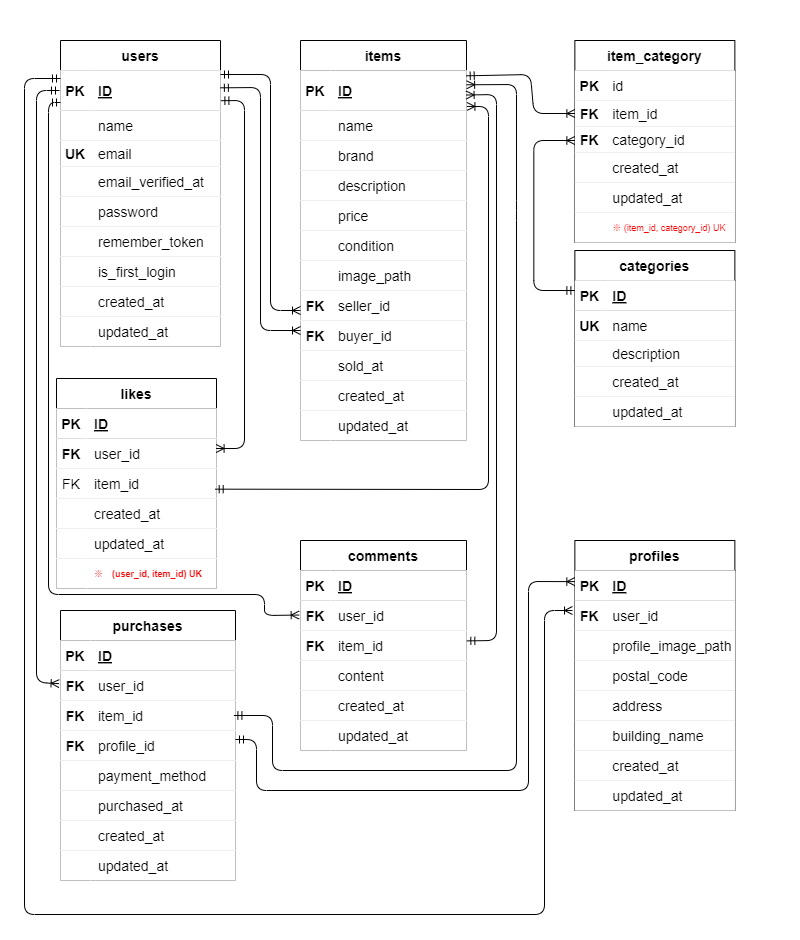
Above: fleamarket.drawio.png in ponponmama/coachtech-flea-market (draw.io), before the change. Source tidied: cells renumbered, new cells last; positions are measured from the earlier drawing's top-left corner, leaving out a move shared by most shapes.
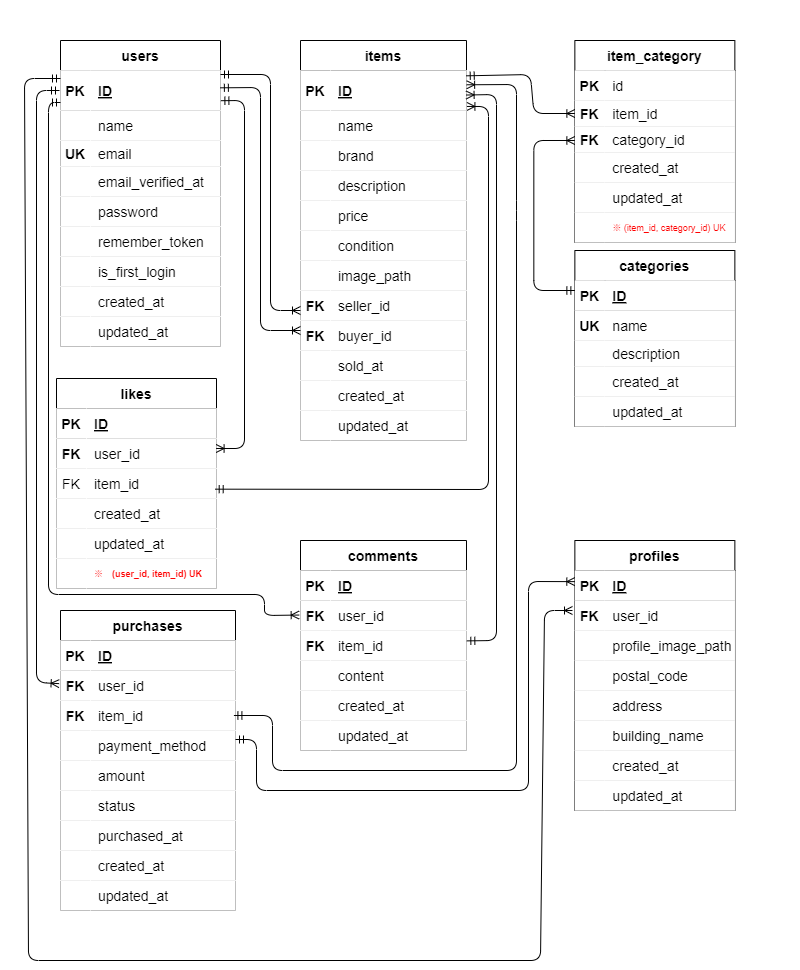
After the change.

Diff of the diagram source:
```diff
@@ -381,7 +381,7 @@
       <mxGeometry x="30" width="130" height="30" as="geometry" />
     </mxCell>
     <mxCell id="128" value="purchases" style="shape=table;startSize=30;rowLines=0;fontStyle=1;align=center;fontSize=14;fillColor=default;strokeColor=#000000;labelBorderColor=none;swimlaneFillColor=#000000;" parent="2" vertex="1">
-      <mxGeometry x="60" y="610" width="175" height="270" as="geometry" />
+      <mxGeometry x="60" y="610" width="175" height="300" as="geometry" />
     </mxCell>
     <mxCell id="129" style="shape=tableRow;horizontal=0;startSize=0;swimlaneHead=0;swimlaneBody=0;fillColor=default;top=0;left=0;right=0;bottom=1;fontSize=14;strokeColor=#000000;labelBorderColor=none;swimlaneFillColor=#000000;" parent="128" vertex="1">
       <mxGeometry y="30" width="175" height="30" as="geometry" />
@@ -410,17 +410,8 @@
     <mxCell id="137" value="item_id" style="shape=partialRectangle;fillColor=default;top=0;left=0;bottom=0;right=0;align=left;spacingLeft=6;overflow=hidden;fontSize=14;strokeColor=#000000;labelBorderColor=none;swimlaneFillColor=#000000;" parent="135" vertex="1">
       <mxGeometry x="30" width="145" height="30" as="geometry" />
     </mxCell>
-    <mxCell id="138" style="shape=tableRow;horizontal=0;startSize=0;swimlaneHead=0;swimlaneBody=0;fillColor=default;top=0;left=0;right=0;bottom=0;fontSize=14;strokeColor=#000000;labelBorderColor=none;swimlaneFillColor=#000000;" parent="128" vertex="1">
-      <mxGeometry y="120" width="175" height="30" as="geometry" />
-    </mxCell>
-    <mxCell id="139" value="FK" style="shape=partialRectangle;fillColor=default;top=0;left=0;bottom=0;right=0;overflow=hidden;fontSize=14;strokeColor=#000000;labelBorderColor=none;swimlaneFillColor=#000000;fontStyle=1;" parent="138" vertex="1">
-      <mxGeometry width="30" height="30" as="geometry" />
-    </mxCell>
-    <mxCell id="140" value="profile_id" style="shape=partialRectangle;fillColor=default;top=0;left=0;bottom=0;right=0;align=left;spacingLeft=6;overflow=hidden;fontSize=14;strokeColor=#000000;labelBorderColor=none;swimlaneFillColor=#000000;" parent="138" vertex="1">
-      <mxGeometry x="30" width="145" height="30" as="geometry" />
-    </mxCell>
     <mxCell id="141" style="shape=tableRow;horizontal=0;startSize=0;swimlaneHead=0;swimlaneBody=0;fillColor=default;top=0;left=0;right=0;bottom=0;fontSize=14;strokeColor=#000000;labelBorderColor=none;swimlaneFillColor=#000000;" parent="128" vertex="1">
-      <mxGeometry y="150" width="175" height="30" as="geometry" />
+      <mxGeometry y="120" width="175" height="30" as="geometry" />
     </mxCell>
     <mxCell id="142" style="shape=partialRectangle;fillColor=default;top=0;left=0;bottom=0;right=0;overflow=hidden;fontSize=14;strokeColor=#000000;labelBorderColor=none;swimlaneFillColor=#000000;" parent="141" vertex="1">
       <mxGeometry width="30" height="30" as="geometry" />
@@ -428,8 +419,26 @@
     <mxCell id="143" value="payment_method" style="shape=partialRectangle;fillColor=default;top=0;left=0;bottom=0;right=0;align=left;spacingLeft=6;overflow=hidden;fontSize=14;strokeColor=#000000;labelBorderColor=none;swimlaneFillColor=#000000;" parent="141" vertex="1">
       <mxGeometry x="30" width="145" height="30" as="geometry" />
     </mxCell>
+    <mxCell id="205" style="shape=tableRow;horizontal=0;startSize=0;swimlaneHead=0;swimlaneBody=0;fillColor=default;top=0;left=0;right=0;bottom=0;fontSize=14;strokeColor=#000000;labelBorderColor=none;swimlaneFillColor=#000000;" parent="128" vertex="1">
+      <mxGeometry y="150" width="175" height="30" as="geometry" />
+    </mxCell>
+    <mxCell id="206" style="shape=partialRectangle;fillColor=default;top=0;left=0;bottom=0;right=0;overflow=hidden;fontSize=14;strokeColor=#000000;labelBorderColor=none;swimlaneFillColor=#000000;" parent="205" vertex="1">
+      <mxGeometry width="30" height="30" as="geometry" />
+    </mxCell>
+    <mxCell id="207" value="amount" style="shape=partialRectangle;fillColor=default;top=0;left=0;bottom=0;right=0;align=left;spacingLeft=6;overflow=hidden;fontSize=14;strokeColor=#000000;labelBorderColor=none;swimlaneFillColor=#000000;fontColor=#000000;" parent="205" vertex="1">
+      <mxGeometry x="30" width="145" height="30" as="geometry" />
+    </mxCell>
+    <mxCell id="208" style="shape=tableRow;horizontal=0;startSize=0;swimlaneHead=0;swimlaneBody=0;fillColor=default;top=0;left=0;right=0;bottom=0;fontSize=14;strokeColor=#000000;labelBorderColor=none;swimlaneFillColor=#000000;" parent="128" vertex="1">
+      <mxGeometry y="180" width="175" height="30" as="geometry" />
+    </mxCell>
+    <mxCell id="209" style="shape=partialRectangle;fillColor=default;top=0;left=0;bottom=0;right=0;overflow=hidden;fontSize=14;strokeColor=#000000;labelBorderColor=none;swimlaneFillColor=#000000;" parent="208" vertex="1">
+      <mxGeometry width="30" height="30" as="geometry" />
+    </mxCell>
+    <mxCell id="210" value="status" style="shape=partialRectangle;fillColor=default;top=0;left=0;bottom=0;right=0;align=left;spacingLeft=6;overflow=hidden;fontSize=14;strokeColor=#000000;labelBorderColor=none;swimlaneFillColor=#000000;" parent="208" vertex="1">
+      <mxGeometry x="30" width="145" height="30" as="geometry" />
+    </mxCell>
     <mxCell id="144" style="shape=tableRow;horizontal=0;startSize=0;swimlaneHead=0;swimlaneBody=0;fillColor=default;top=0;left=0;right=0;bottom=0;fontSize=14;strokeColor=#000000;labelBorderColor=none;swimlaneFillColor=#000000;" parent="128" vertex="1">
-      <mxGeometry y="180" width="175" height="30" as="geometry" />
+      <mxGeometry y="210" width="175" height="30" as="geometry" />
     </mxCell>
     <mxCell id="145" style="shape=partialRectangle;fillColor=default;top=0;left=0;bottom=0;right=0;overflow=hidden;fontSize=14;strokeColor=#000000;labelBorderColor=none;swimlaneFillColor=#000000;" parent="144" vertex="1">
       <mxGeometry width="30" height="30" as="geometry" />
@@ -438,7 +447,7 @@
       <mxGeometry x="30" width="145" height="30" as="geometry" />
     </mxCell>
     <mxCell id="147" style="shape=tableRow;horizontal=0;startSize=0;swimlaneHead=0;swimlaneBody=0;fillColor=default;top=0;left=0;right=0;bottom=0;fontSize=14;strokeColor=#000000;labelBorderColor=none;swimlaneFillColor=#000000;" parent="128" vertex="1">
-      <mxGeometry y="210" width="175" height="30" as="geometry" />
+      <mxGeometry y="240" width="175" height="30" as="geometry" />
     </mxCell>
     <mxCell id="148" style="shape=partialRectangle;fillColor=default;top=0;left=0;bottom=0;right=0;overflow=hidden;fontSize=14;strokeColor=#000000;labelBorderColor=none;swimlaneFillColor=#000000;" parent="147" vertex="1">
       <mxGeometry width="30" height="30" as="geometry" />
@@ -447,7 +456,7 @@
       <mxGeometry x="30" width="145" height="30" as="geometry" />
     </mxCell>
     <mxCell id="150" style="shape=tableRow;horizontal=0;startSize=0;swimlaneHead=0;swimlaneBody=0;fillColor=default;top=0;left=0;right=0;bottom=0;fontSize=14;strokeColor=#000000;labelBorderColor=none;swimlaneFillColor=#000000;" parent="128" vertex="1">
-      <mxGeometry y="240" width="175" height="30" as="geometry" />
+      <mxGeometry y="270" width="175" height="30" as="geometry" />
     </mxCell>
     <mxCell id="151" style="shape=partialRectangle;fillColor=default;top=0;left=0;bottom=0;right=0;overflow=hidden;fontSize=14;strokeColor=#000000;labelBorderColor=none;swimlaneFillColor=#000000;" parent="150" vertex="1">
       <mxGeometry width="30" height="30" as="geometry" />
@@ -643,8 +652,8 @@
         <mxPoint x="572" y="610" as="targetPoint" />
         <Array as="points">
           <mxPoint x="24" y="78" />
-          <mxPoint x="24" y="914" />
-          <mxPoint x="544" y="914" />
+          <mxPoint x="28" y="960" />
+          <mxPoint x="540" y="960" />
           <mxPoint x="544" y="610" />
         </Array>
       </mxGeometry>
```
